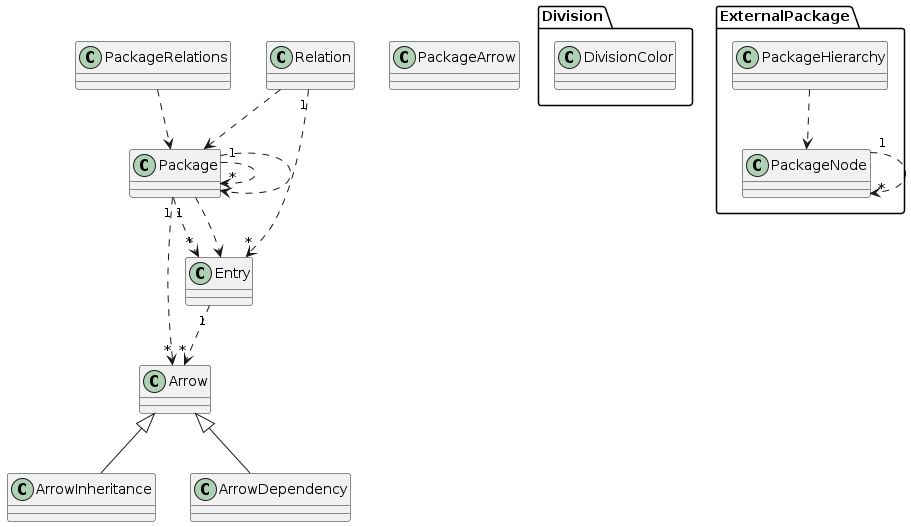
smeghead/php-class-diagram keeps this PlantUML diagram as dogfood-model.png. Above is the earlier version.
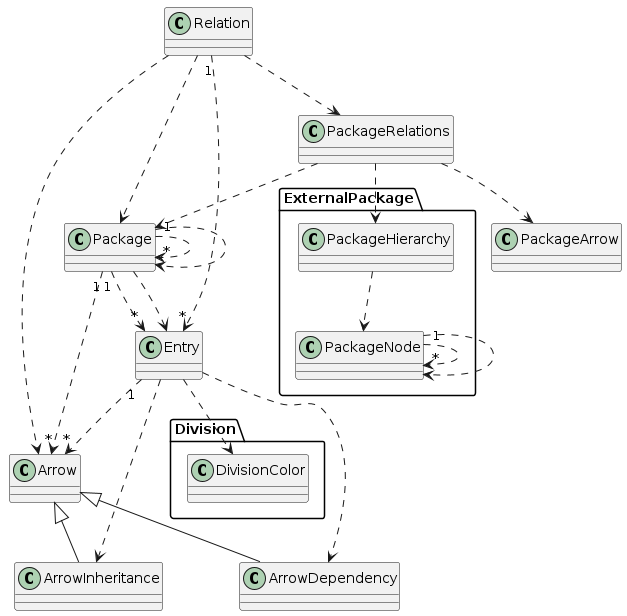
The same diagram one commit later.

What changed in the source:
```diff
@@ -17,14 +17,22 @@
   Arrow <|-- ArrowDependency
   Arrow <|-- ArrowInheritance
   Entry "1" ..> "*" Arrow
+  Entry ..> ArrowDependency
+  Entry ..> ArrowInheritance
+  Entry ..> Division_DivisionColor
   ExternalPackage_PackageHierarchy ..> ExternalPackage_PackageNode
   ExternalPackage_PackageNode "1" ..> "*" ExternalPackage_PackageNode
+  ExternalPackage_PackageNode ..> ExternalPackage_PackageNode
   Package "1" ..> "*" Arrow
   Package "1" ..> "*" Entry
   Package "1" ..> "*" Package
   Package ..> Entry
   Package ..> Package
+  PackageRelations ..> ExternalPackage_PackageHierarchy
   PackageRelations ..> Package
+  PackageRelations ..> PackageArrow
   Relation "1" ..> "*" Entry
+  Relation ..> Arrow
   Relation ..> Package
+  Relation ..> PackageRelations
 @enduml
```
